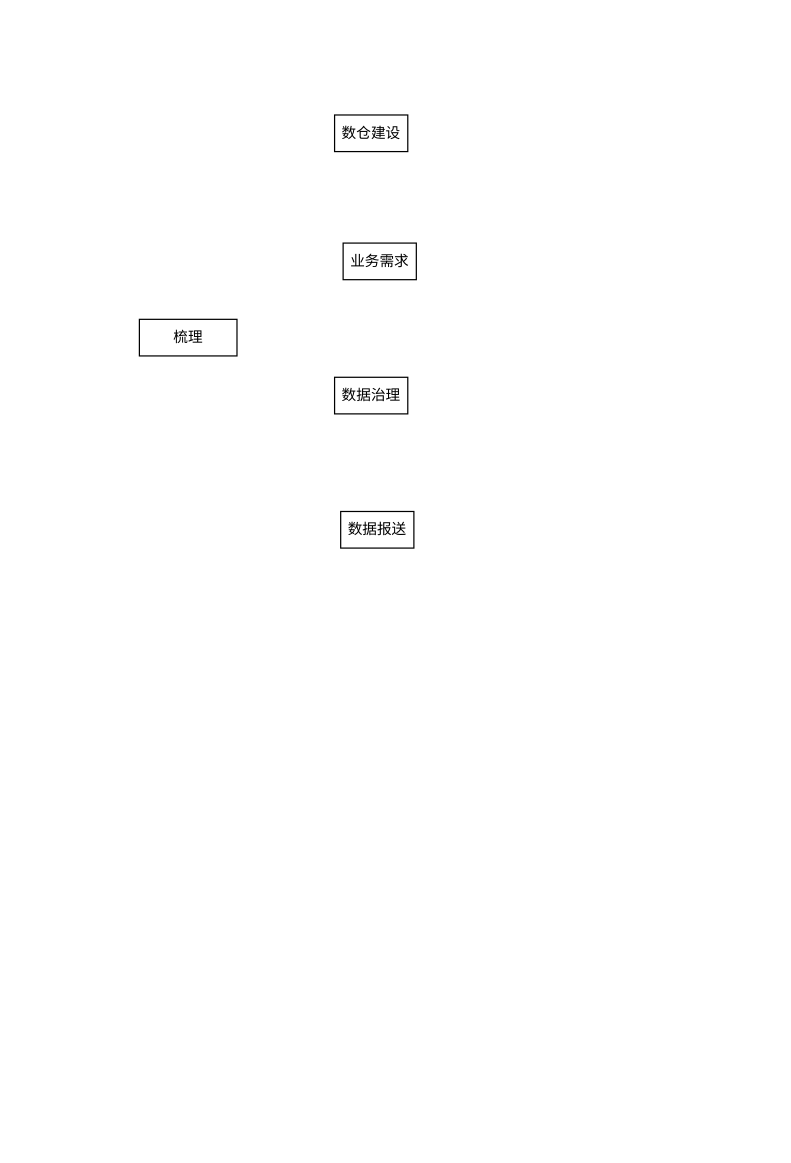
starzy1990/diagrams keeps this draw.io diagram as page "第 23 页" (23 of 23) of work.drawio. Above is the earlier version. Source tidied: cells renumbered, new cells numbered last; positions are measured from the earlier drawing's top-left corner, leaving out a move shared by most shapes. Both pictures are drawn from the tidied source at 61%, with x=0, y=0 at pixel (139, 115).
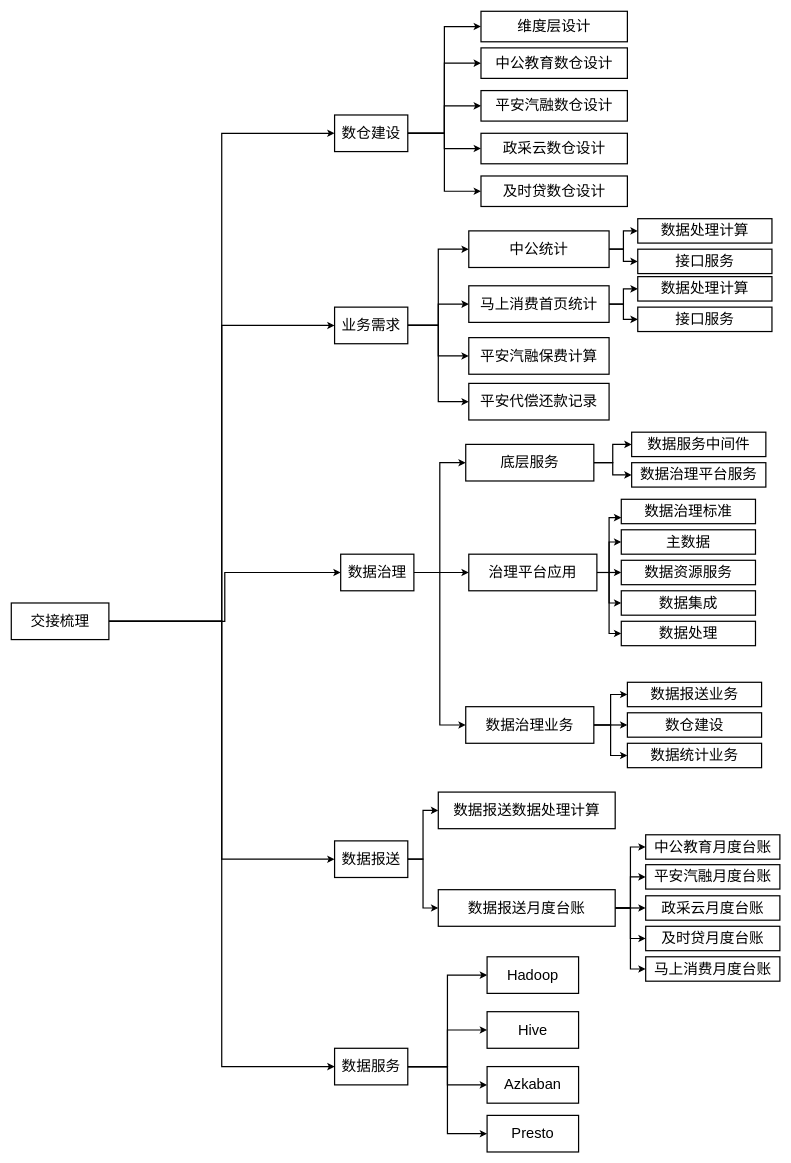
The same page after the edit.

Unchanged cells that the change refers to:
```xml
<mxCell id="3" value="数仓建设" style="rounded=0;whiteSpace=wrap;html=1;strokeWidth=2;fontSize=24;" parent="1" vertex="1">
  <mxGeometry x="320" width="120" height="60" as="geometry" />
</mxCell>
```

Change to the diagram source:
```diff
@@
+    <mxCell id="7" style="edgeStyle=orthogonalEdgeStyle;rounded=0;jettySize=auto;html=1;entryX=0;entryY=0.5;entryDx=0;entryDy=0;fontSize=24;strokeWidth=2;" parent="1" edge="1" source="2" target="3">
+      <mxGeometry relative="1" as="geometry" />
+    </mxCell>
+    <mxCell id="8" style="edgeStyle=orthogonalEdgeStyle;rounded=0;jettySize=auto;html=1;entryX=0;entryY=0.5;entryDx=0;entryDy=0;strokeWidth=2;fontSize=24;" parent="1" edge="1" source="2" target="4">
+      <mxGeometry relative="1" as="geometry" />
+    </mxCell>
+    <mxCell id="9" style="edgeStyle=orthogonalEdgeStyle;rounded=0;jettySize=auto;html=1;entryX=0;entryY=0.5;entryDx=0;entryDy=0;strokeWidth=2;fontSize=24;" parent="1" edge="1" source="2" target="5">
+      <mxGeometry relative="1" as="geometry" />
+    </mxCell>
+    <mxCell id="10" style="edgeStyle=orthogonalEdgeStyle;rounded=0;jettySize=auto;html=1;entryX=0;entryY=0.5;entryDx=0;entryDy=0;strokeWidth=2;fontSize=24;" parent="1" edge="1" source="2" target="6">
+      <mxGeometry relative="1" as="geometry" />
+    </mxCell>
+    <mxCell id="11" style="edgeStyle=orthogonalEdgeStyle;rounded=0;jettySize=auto;html=1;entryX=0;entryY=0.5;entryDx=0;entryDy=0;strokeWidth=2;fontSize=24;" parent="1" edge="1" source="2" target="40">
+      <mxGeometry relative="1" as="geometry" />
+    </mxCell>
-    <mxCell id="2" value="梳理" style="rounded=0;whiteSpace=wrap;html=1;strokeWidth=2;fontSize=24;" parent="1" vertex="1">
-      <mxGeometry y="335" width="160" height="60" as="geometry" />
+    <mxCell id="2" value="交接梳理" style="rounded=0;whiteSpace=wrap;html=1;strokeWidth=2;fontSize=24;" parent="1" vertex="1">
+      <mxGeometry x="-210" y="800" width="160" height="60" as="geometry" />
     </mxCell>
+    <mxCell id="12" style="edgeStyle=orthogonalEdgeStyle;rounded=0;jettySize=auto;html=1;entryX=0;entryY=0.5;entryDx=0;entryDy=0;strokeWidth=2;fontSize=24;" parent="1" edge="1" source="3" target="26">
+      <mxGeometry relative="1" as="geometry" />
+    </mxCell>
+    <mxCell id="13" style="edgeStyle=orthogonalEdgeStyle;rounded=0;jettySize=auto;html=1;entryX=0;entryY=0.5;entryDx=0;entryDy=0;strokeWidth=2;fontSize=24;" parent="1" edge="1" source="3" target="27">
+      <mxGeometry relative="1" as="geometry" />
+    </mxCell>
+    <mxCell id="14" style="edgeStyle=orthogonalEdgeStyle;rounded=0;jettySize=auto;html=1;entryX=0;entryY=0.5;entryDx=0;entryDy=0;strokeWidth=2;fontSize=24;" parent="1" edge="1" source="3" target="28">
+      <mxGeometry relative="1" as="geometry" />
+    </mxCell>
+    <mxCell id="15" style="edgeStyle=orthogonalEdgeStyle;rounded=0;jettySize=auto;html=1;entryX=0;entryY=0.5;entryDx=0;entryDy=0;strokeWidth=2;fontSize=24;" parent="1" edge="1" source="3" target="29">
+      <mxGeometry relative="1" as="geometry" />
+    </mxCell>
+    <mxCell id="16" style="edgeStyle=orthogonalEdgeStyle;rounded=0;jettySize=auto;html=1;entryX=0;entryY=0.5;entryDx=0;entryDy=0;strokeWidth=2;fontSize=24;" parent="1" edge="1" source="3" target="67">
+      <mxGeometry relative="1" as="geometry" />
+    </mxCell>
@@
+    <mxCell id="17" style="edgeStyle=orthogonalEdgeStyle;rounded=0;jettySize=auto;html=1;entryX=0;entryY=0.5;entryDx=0;entryDy=0;strokeWidth=2;fontSize=24;" parent="1" edge="1" source="4" target="32">
+      <mxGeometry relative="1" as="geometry" />
+    </mxCell>
+    <mxCell id="18" style="edgeStyle=orthogonalEdgeStyle;rounded=0;jettySize=auto;html=1;entryX=0;entryY=0.5;entryDx=0;entryDy=0;strokeWidth=2;fontSize=24;" parent="1" edge="1" source="4" target="35">
+      <mxGeometry relative="1" as="geometry" />
+    </mxCell>
+    <mxCell id="19" style="edgeStyle=orthogonalEdgeStyle;rounded=0;jettySize=auto;html=1;entryX=0;entryY=0.5;entryDx=0;entryDy=0;strokeWidth=2;fontSize=24;" parent="1" edge="1" source="4" target="83">
+      <mxGeometry relative="1" as="geometry" />
+    </mxCell>
+    <mxCell id="20" style="edgeStyle=orthogonalEdgeStyle;rounded=0;jettySize=auto;html=1;entryX=0;entryY=0.5;entryDx=0;entryDy=0;strokeWidth=2;fontSize=24;" parent="1" edge="1" source="4" target="84">
+      <mxGeometry relative="1" as="geometry" />
+    </mxCell>
     <mxCell id="4" value="业务需求" style="rounded=0;whiteSpace=wrap;html=1;strokeWidth=2;fontSize=24;" parent="1" vertex="1">
-      <mxGeometry x="334" y="210" width="120" height="60" as="geometry" />
+      <mxGeometry x="320" y="315" width="120" height="60" as="geometry" />
     </mxCell>
+    <mxCell id="21" style="edgeStyle=orthogonalEdgeStyle;rounded=0;jettySize=auto;html=1;entryX=0;entryY=0.5;entryDx=0;entryDy=0;strokeWidth=2;fontSize=24;" parent="1" edge="1" source="5" target="47">
+      <mxGeometry relative="1" as="geometry" />
+    </mxCell>
+    <mxCell id="22" style="edgeStyle=orthogonalEdgeStyle;rounded=0;jettySize=auto;html=1;entryX=0;entryY=0.5;entryDx=0;entryDy=0;strokeWidth=2;fontSize=24;" parent="1" edge="1" source="5" target="53">
+      <mxGeometry relative="1" as="geometry" />
+    </mxCell>
+    <mxCell id="23" style="edgeStyle=orthogonalEdgeStyle;rounded=0;jettySize=auto;html=1;entryX=0;entryY=0.5;entryDx=0;entryDy=0;strokeWidth=2;fontSize=24;" parent="1" edge="1" source="5" target="57">
+      <mxGeometry relative="1" as="geometry" />
+    </mxCell>
     <mxCell id="5" value="数据治理" style="rounded=0;whiteSpace=wrap;html=1;strokeWidth=2;fontSize=24;" parent="1" vertex="1">
-      <mxGeometry x="320" y="430" width="120" height="60" as="geometry" />
+      <mxGeometry x="330" y="720" width="120" height="60" as="geometry" />
     </mxCell>
+    <mxCell id="24" style="edgeStyle=orthogonalEdgeStyle;rounded=0;jettySize=auto;html=1;entryX=0;entryY=0.5;entryDx=0;entryDy=0;strokeWidth=2;fontSize=24;" parent="1" edge="1" source="6" target="71">
+      <mxGeometry relative="1" as="geometry" />
+    </mxCell>
+    <mxCell id="25" style="edgeStyle=orthogonalEdgeStyle;rounded=0;jettySize=auto;html=1;entryX=0;entryY=0.5;entryDx=0;entryDy=0;strokeWidth=2;fontSize=24;" parent="1" edge="1" source="6" target="77">
+      <mxGeometry relative="1" as="geometry" />
+    </mxCell>
     <mxCell id="6" value="数据报送" style="rounded=0;whiteSpace=wrap;html=1;strokeWidth=2;fontSize=24;" parent="1" vertex="1">
-      <mxGeometry x="330" y="650" width="120" height="60" as="geometry" />
+      <mxGeometry x="320" y="1190" width="120" height="60" as="geometry" />
     </mxCell>
+    <mxCell id="26" value="中公教育数仓设计" style="rounded=0;whiteSpace=wrap;html=1;strokeWidth=2;fontSize=24;" parent="1" vertex="1">
+      <mxGeometry x="560" y="-110" width="240" height="50" as="geometry" />
+    </mxCell>
+    <mxCell id="27" value="平安汽融数仓设计" style="rounded=0;whiteSpace=wrap;html=1;strokeWidth=2;fontSize=24;" parent="1" vertex="1">
+      <mxGeometry x="560" y="-40" width="240" height="50" as="geometry" />
+    </mxCell>
+    <mxCell id="28" value="政采云数仓设计" style="rounded=0;whiteSpace=wrap;html=1;strokeWidth=2;fontSize=24;" parent="1" vertex="1">
+      <mxGeometry x="560" y="30" width="240" height="50" as="geometry" />
+    </mxCell>
+    <mxCell id="29" value="及时贷数仓设计" style="rounded=0;whiteSpace=wrap;html=1;strokeWidth=2;fontSize=24;" parent="1" vertex="1">
+      <mxGeometry x="560" y="100" width="240" height="50" as="geometry" />
+    </mxCell>
+    <mxCell id="30" style="edgeStyle=orthogonalEdgeStyle;rounded=0;jettySize=auto;html=1;entryX=0;entryY=0.5;entryDx=0;entryDy=0;strokeWidth=2;fontSize=24;" parent="1" edge="1" source="32" target="63">
+      <mxGeometry relative="1" as="geometry" />
+    </mxCell>
+    <mxCell id="31" style="edgeStyle=orthogonalEdgeStyle;rounded=0;jettySize=auto;html=1;entryX=0;entryY=0.5;entryDx=0;entryDy=0;strokeWidth=2;fontSize=24;" parent="1" edge="1" source="32" target="64">
+      <mxGeometry relative="1" as="geometry" />
+    </mxCell>
+    <mxCell id="32" value="中公统计" style="rounded=0;whiteSpace=wrap;html=1;strokeWidth=2;fontSize=24;" parent="1" vertex="1">
+      <mxGeometry x="540" y="190" width="230" height="60" as="geometry" />
+    </mxCell>
+    <mxCell id="33" style="edgeStyle=orthogonalEdgeStyle;rounded=0;jettySize=auto;html=1;entryX=0;entryY=0.5;entryDx=0;entryDy=0;strokeWidth=2;fontSize=24;" parent="1" edge="1" source="35" target="65">
+      <mxGeometry relative="1" as="geometry" />
+    </mxCell>
+    <mxCell id="34" style="edgeStyle=orthogonalEdgeStyle;rounded=0;jettySize=auto;html=1;entryX=0;entryY=0.5;entryDx=0;entryDy=0;strokeWidth=2;fontSize=24;" parent="1" edge="1" source="35" target="66">
+      <mxGeometry relative="1" as="geometry" />
+    </mxCell>
+    <mxCell id="35" value="马上消费首页统计" style="rounded=0;whiteSpace=wrap;html=1;strokeWidth=2;fontSize=24;" parent="1" vertex="1">
+      <mxGeometry x="540" y="280" width="230" height="60" as="geometry" />
+    </mxCell>
+    <mxCell id="36" style="edgeStyle=orthogonalEdgeStyle;rounded=0;jettySize=auto;html=1;entryX=0;entryY=0.5;entryDx=0;entryDy=0;strokeWidth=2;fontSize=24;" parent="1" edge="1" source="40" target="41">
+      <mxGeometry relative="1" as="geometry" />
+    </mxCell>
+    <mxCell id="37" style="edgeStyle=orthogonalEdgeStyle;rounded=0;jettySize=auto;html=1;entryX=0;entryY=0.5;entryDx=0;entryDy=0;strokeWidth=2;fontSize=24;" parent="1" edge="1" source="40" target="42">
+      <mxGeometry relative="1" as="geometry" />
+    </mxCell>
+    <mxCell id="38" style="edgeStyle=orthogonalEdgeStyle;rounded=0;jettySize=auto;html=1;entryX=0;entryY=0.5;entryDx=0;entryDy=0;strokeWidth=2;fontSize=24;" parent="1" edge="1" source="40" target="43">
+      <mxGeometry relative="1" as="geometry" />
+    </mxCell>
+    <mxCell id="39" style="edgeStyle=orthogonalEdgeStyle;rounded=0;jettySize=auto;html=1;entryX=0;entryY=0.5;entryDx=0;entryDy=0;strokeWidth=2;fontSize=24;" parent="1" edge="1" source="40" target="44">
+      <mxGeometry relative="1" as="geometry" />
+    </mxCell>
+    <mxCell id="40" value="数据服务" style="rounded=0;whiteSpace=wrap;html=1;strokeWidth=2;fontSize=24;" parent="1" vertex="1">
+      <mxGeometry x="320" y="1530" width="120" height="60" as="geometry" />
+    </mxCell>
+    <mxCell id="41" value="Hadoop" style="rounded=0;whiteSpace=wrap;html=1;strokeWidth=2;fontSize=24;" parent="1" vertex="1">
+      <mxGeometry x="570" y="1380" width="150" height="60" as="geometry" />
+    </mxCell>
+    <mxCell id="42" value="Hive" style="rounded=0;whiteSpace=wrap;html=1;strokeWidth=2;fontSize=24;" parent="1" vertex="1">
+      <mxGeometry x="570" y="1470" width="150" height="60" as="geometry" />
+    </mxCell>
+    <mxCell id="43" value="Azkaban" style="rounded=0;whiteSpace=wrap;html=1;strokeWidth=2;fontSize=24;" parent="1" vertex="1">
+      <mxGeometry x="570" y="1560" width="150" height="60" as="geometry" />
+    </mxCell>
+    <mxCell id="44" value="Presto" style="rounded=0;whiteSpace=wrap;html=1;strokeWidth=2;fontSize=24;" parent="1" vertex="1">
+      <mxGeometry x="570" y="1640" width="150" height="60" as="geometry" />
+    </mxCell>
+    <mxCell id="45" style="edgeStyle=orthogonalEdgeStyle;rounded=0;jettySize=auto;html=1;entryX=0;entryY=0.5;entryDx=0;entryDy=0;strokeWidth=2;fontSize=24;" parent="1" edge="1" source="47" target="58">
+      <mxGeometry relative="1" as="geometry" />
+    </mxCell>
+    <mxCell id="46" style="edgeStyle=orthogonalEdgeStyle;rounded=0;jettySize=auto;html=1;entryX=0;entryY=0.5;entryDx=0;entryDy=0;strokeWidth=2;fontSize=24;" parent="1" edge="1" source="47" target="59">
+      <mxGeometry relative="1" as="geometry" />
+    </mxCell>
+    <mxCell id="47" value="底层服务" style="rounded=0;whiteSpace=wrap;html=1;strokeWidth=2;fontSize=24;" parent="1" vertex="1">
+      <mxGeometry x="535" y="540" width="210" height="60" as="geometry" />
+    </mxCell>
+    <mxCell id="48" style="edgeStyle=orthogonalEdgeStyle;rounded=0;jettySize=auto;html=1;entryX=0;entryY=0.75;entryDx=0;entryDy=0;strokeWidth=2;fontSize=24;" parent="1" edge="1" source="53" target="68">
+      <mxGeometry relative="1" as="geometry" />
+    </mxCell>
+    <mxCell id="49" style="edgeStyle=orthogonalEdgeStyle;rounded=0;jettySize=auto;html=1;entryX=0;entryY=0.5;entryDx=0;entryDy=0;strokeWidth=2;fontSize=24;" parent="1" edge="1" source="53" target="69">
+      <mxGeometry relative="1" as="geometry" />
+    </mxCell>
+    <mxCell id="50" style="edgeStyle=orthogonalEdgeStyle;rounded=0;jettySize=auto;html=1;entryX=0;entryY=0.5;entryDx=0;entryDy=0;strokeWidth=2;fontSize=24;" parent="1" edge="1" source="53" target="70">
+      <mxGeometry relative="1" as="geometry" />
+    </mxCell>
+    <mxCell id="51" style="edgeStyle=orthogonalEdgeStyle;rounded=0;jettySize=auto;html=1;entryX=0;entryY=0.5;entryDx=0;entryDy=0;strokeWidth=2;fontSize=24;" parent="1" edge="1" source="53" target="85">
+      <mxGeometry relative="1" as="geometry" />
+    </mxCell>
+    <mxCell id="52" style="edgeStyle=orthogonalEdgeStyle;rounded=0;jettySize=auto;html=1;entryX=0;entryY=0.5;entryDx=0;entryDy=0;strokeWidth=2;fontSize=24;" parent="1" edge="1" source="53" target="86">
+      <mxGeometry relative="1" as="geometry" />
+    </mxCell>
+    <mxCell id="53" value="治理平台应用" style="rounded=0;whiteSpace=wrap;html=1;strokeWidth=2;fontSize=24;" parent="1" vertex="1">
+      <mxGeometry x="540" y="720" width="210" height="60" as="geometry" />
+    </mxCell>
+    <mxCell id="54" style="edgeStyle=orthogonalEdgeStyle;rounded=0;jettySize=auto;html=1;entryX=0;entryY=0.5;entryDx=0;entryDy=0;strokeWidth=2;fontSize=24;" parent="1" edge="1" source="57" target="60">
+      <mxGeometry relative="1" as="geometry" />
+    </mxCell>
+    <mxCell id="55" style="edgeStyle=orthogonalEdgeStyle;rounded=0;jettySize=auto;html=1;entryX=0;entryY=0.5;entryDx=0;entryDy=0;strokeWidth=2;fontSize=24;" parent="1" edge="1" source="57" target="61">
+      <mxGeometry relative="1" as="geometry" />
+    </mxCell>
+    <mxCell id="56" style="edgeStyle=orthogonalEdgeStyle;rounded=0;jettySize=auto;html=1;entryX=0;entryY=0.5;entryDx=0;entryDy=0;strokeWidth=2;fontSize=24;" parent="1" edge="1" source="57" target="62">
+      <mxGeometry relative="1" as="geometry" />
+    </mxCell>
+    <mxCell id="57" value="数据治理业务" style="rounded=0;whiteSpace=wrap;html=1;strokeWidth=2;fontSize=24;" parent="1" vertex="1">
+      <mxGeometry x="535" y="970" width="210" height="60" as="geometry" />
+    </mxCell>
+    <mxCell id="58" value="数据服务中间件" style="rounded=0;whiteSpace=wrap;html=1;strokeWidth=2;fontSize=24;" parent="1" vertex="1">
+      <mxGeometry x="807" y="520" width="220" height="40" as="geometry" />
+    </mxCell>
+    <mxCell id="59" value="数据治理平台服务" style="rounded=0;whiteSpace=wrap;html=1;strokeWidth=2;fontSize=24;" parent="1" vertex="1">
+      <mxGeometry x="807" y="570" width="220" height="40" as="geometry" />
+    </mxCell>
+    <mxCell id="60" value="数据报送业务" style="rounded=0;whiteSpace=wrap;html=1;strokeWidth=2;fontSize=24;" parent="1" vertex="1">
+      <mxGeometry x="800" y="930" width="220" height="40" as="geometry" />
+    </mxCell>
+    <mxCell id="61" value="数仓建设" style="rounded=0;whiteSpace=wrap;html=1;strokeWidth=2;fontSize=24;" parent="1" vertex="1">
+      <mxGeometry x="800" y="980" width="220" height="40" as="geometry" />
+    </mxCell>
+    <mxCell id="62" value="数据统计业务" style="rounded=0;whiteSpace=wrap;html=1;strokeWidth=2;fontSize=24;" parent="1" vertex="1">
+      <mxGeometry x="800" y="1030" width="220" height="40" as="geometry" />
+    </mxCell>
+    <mxCell id="63" value="数据处理计算" style="rounded=0;whiteSpace=wrap;html=1;strokeWidth=2;fontSize=24;" parent="1" vertex="1">
+      <mxGeometry x="817" y="170" width="220" height="40" as="geometry" />
+    </mxCell>
+    <mxCell id="64" value="接口服务" style="rounded=0;whiteSpace=wrap;html=1;strokeWidth=2;fontSize=24;" parent="1" vertex="1">
+      <mxGeometry x="817" y="220" width="220" height="40" as="geometry" />
+    </mxCell>
+    <mxCell id="65" value="数据处理计算" style="rounded=0;whiteSpace=wrap;html=1;strokeWidth=2;fontSize=24;" parent="1" vertex="1">
+      <mxGeometry x="817" y="265" width="220" height="40" as="geometry" />
+    </mxCell>
+    <mxCell id="66" value="接口服务" style="rounded=0;whiteSpace=wrap;html=1;strokeWidth=2;fontSize=24;" parent="1" vertex="1">
+      <mxGeometry x="817" y="315" width="220" height="40" as="geometry" />
+    </mxCell>
+    <mxCell id="67" value="维度层设计" style="rounded=0;whiteSpace=wrap;html=1;strokeWidth=2;fontSize=24;" parent="1" vertex="1">
+      <mxGeometry x="560" y="-170" width="240" height="50" as="geometry" />
+    </mxCell>
+    <mxCell id="68" value="数据治理标准" style="rounded=0;whiteSpace=wrap;html=1;strokeWidth=2;fontSize=24;" parent="1" vertex="1">
+      <mxGeometry x="790" y="630" width="220" height="40" as="geometry" />
+    </mxCell>
+    <mxCell id="69" value="主数据" style="rounded=0;whiteSpace=wrap;html=1;strokeWidth=2;fontSize=24;" parent="1" vertex="1">
+      <mxGeometry x="790" y="680" width="220" height="40" as="geometry" />
+    </mxCell>
+    <mxCell id="70" value="数据资源服务" style="rounded=0;whiteSpace=wrap;html=1;strokeWidth=2;fontSize=24;" parent="1" vertex="1">
+      <mxGeometry x="790" y="730" width="220" height="40" as="geometry" />
+    </mxCell>
+    <mxCell id="71" value="数据报送数据处理计算" style="rounded=0;whiteSpace=wrap;html=1;strokeWidth=2;fontSize=24;" parent="1" vertex="1">
+      <mxGeometry x="490" y="1110" width="290" height="60" as="geometry" />
+    </mxCell>
+    <mxCell id="72" style="edgeStyle=orthogonalEdgeStyle;rounded=0;jettySize=auto;html=1;entryX=0;entryY=0.5;entryDx=0;entryDy=0;strokeWidth=2;fontSize=24;" parent="1" edge="1" source="77" target="78">
+      <mxGeometry relative="1" as="geometry" />
+    </mxCell>
+    <mxCell id="73" style="edgeStyle=orthogonalEdgeStyle;rounded=0;jettySize=auto;html=1;entryX=0;entryY=0.5;entryDx=0;entryDy=0;strokeWidth=2;fontSize=24;" parent="1" edge="1" source="77" target="79">
+      <mxGeometry relative="1" as="geometry" />
+    </mxCell>
+    <mxCell id="74" style="edgeStyle=orthogonalEdgeStyle;rounded=0;jettySize=auto;html=1;entryX=0;entryY=0.5;entryDx=0;entryDy=0;strokeWidth=2;fontSize=24;" parent="1" edge="1" source="77" target="80">
+      <mxGeometry relative="1" as="geometry" />
+    </mxCell>
+    <mxCell id="75" style="edgeStyle=orthogonalEdgeStyle;rounded=0;jettySize=auto;html=1;entryX=0;entryY=0.5;entryDx=0;entryDy=0;strokeWidth=2;fontSize=24;" parent="1" edge="1" source="77" target="81">
+      <mxGeometry relative="1" as="geometry" />
+    </mxCell>
+    <mxCell id="76" style="edgeStyle=orthogonalEdgeStyle;rounded=0;jettySize=auto;html=1;entryX=0;entryY=0.5;entryDx=0;entryDy=0;strokeWidth=2;fontSize=24;" parent="1" edge="1" source="77" target="82">
+      <mxGeometry relative="1" as="geometry" />
+    </mxCell>
+    <mxCell id="77" value="数据报送月度台账" style="rounded=0;whiteSpace=wrap;html=1;strokeWidth=2;fontSize=24;" parent="1" vertex="1">
+      <mxGeometry x="490" y="1270" width="290" height="60" as="geometry" />
+    </mxCell>
+    <mxCell id="78" value="中公教育月度台账" style="rounded=0;whiteSpace=wrap;html=1;strokeWidth=2;fontSize=24;" parent="1" vertex="1">
+      <mxGeometry x="830" y="1180" width="220" height="40" as="geometry" />
+    </mxCell>
+    <mxCell id="79" value="平安汽融月度台账" style="rounded=0;whiteSpace=wrap;html=1;strokeWidth=2;fontSize=24;" parent="1" vertex="1">
+      <mxGeometry x="830" y="1229" width="220" height="40" as="geometry" />
+    </mxCell>
+    <mxCell id="80" value="政采云月度台账" style="rounded=0;whiteSpace=wrap;html=1;strokeWidth=2;fontSize=24;" parent="1" vertex="1">
+      <mxGeometry x="830" y="1280" width="220" height="40" as="geometry" />
+    </mxCell>
+    <mxCell id="81" value="及时贷月度台账" style="rounded=0;whiteSpace=wrap;html=1;strokeWidth=2;fontSize=24;" parent="1" vertex="1">
+      <mxGeometry x="830" y="1330" width="220" height="40" as="geometry" />
+    </mxCell>
+    <mxCell id="82" value="马上消费月度台账" style="rounded=0;whiteSpace=wrap;html=1;strokeWidth=2;fontSize=24;" parent="1" vertex="1">
+      <mxGeometry x="830" y="1380" width="220" height="40" as="geometry" />
+    </mxCell>
+    <mxCell id="83" value="平安汽融保费计算" style="rounded=0;whiteSpace=wrap;html=1;strokeWidth=2;fontSize=24;" parent="1" vertex="1">
+      <mxGeometry x="540" y="365" width="230" height="60" as="geometry" />
+    </mxCell>
+    <mxCell id="84" value="平安代偿还款记录" style="rounded=0;whiteSpace=wrap;html=1;strokeWidth=2;fontSize=24;" parent="1" vertex="1">
+      <mxGeometry x="540" y="440" width="230" height="60" as="geometry" />
+    </mxCell>
+    <mxCell id="85" value="数据集成" style="rounded=0;whiteSpace=wrap;html=1;strokeWidth=2;fontSize=24;" parent="1" vertex="1">
+      <mxGeometry x="790" y="780" width="220" height="40" as="geometry" />
+    </mxCell>
+    <mxCell id="86" value="数据处理" style="rounded=0;whiteSpace=wrap;html=1;strokeWidth=2;fontSize=24;" parent="1" vertex="1">
+      <mxGeometry x="790" y="830" width="220" height="40" as="geometry" />
+    </mxCell>
```
